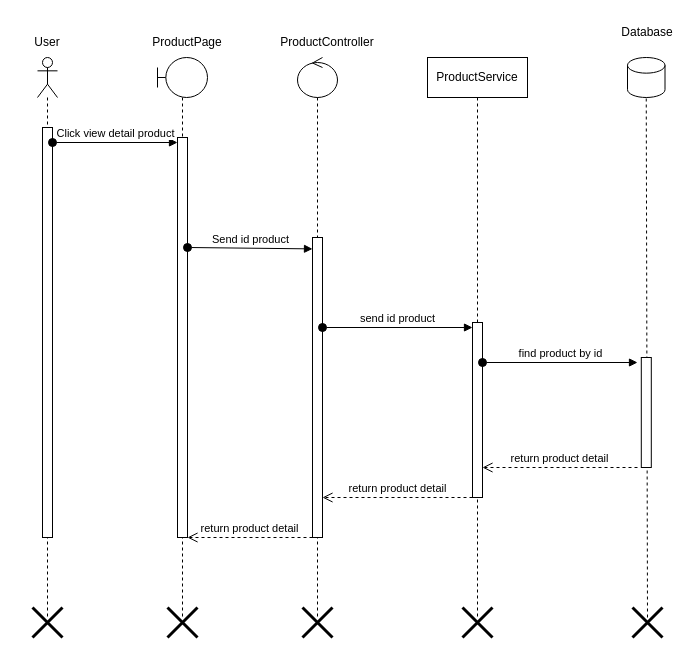
Above: WatchStoreDocs/UseCase/1. Guest/UC002-ViewProductDetail/UC002-sequence.drawio in HuYssss/WatchStore (draw.io), before the change. Source tidied: cells renumbered, new cells numbered last; positions are measured from the earlier drawing's top-left corner, leaving out a move shared by most shapes. Both pictures are drawn from the tidied source at 100%, with x=0, y=0 at pixel (17, 17).
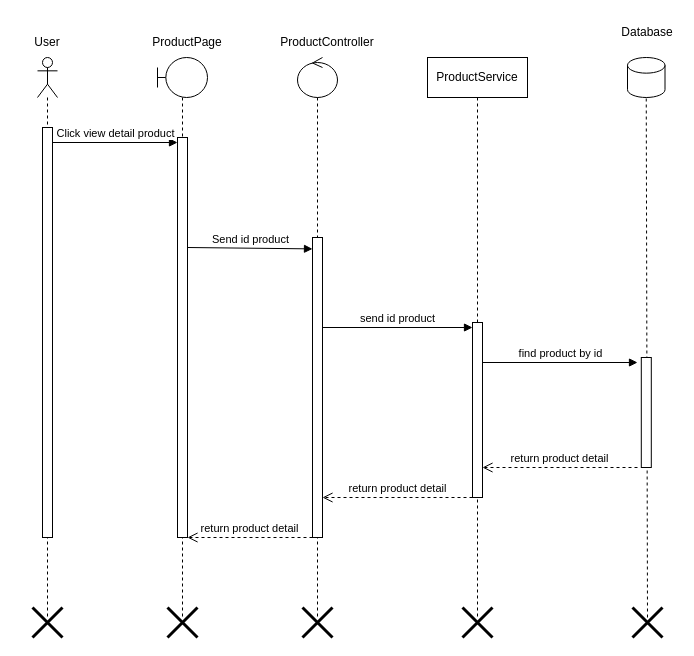
The same page after the edit.

The change refers to these unchanged cells:
```xml
<mxCell id="3" style="html=1;points=[[0,0,0,0,5],[0,1,0,0,-5],[1,0,0,0,5],[1,1,0,0,-5]];perimeter=orthogonalPerimeter;outlineConnect=0;targetShapes=umlLifeline;portConstraint=eastwest;newEdgeStyle={&quot;curved&quot;:0,&quot;rounded&quot;:0};" parent="2" vertex="1">
  <mxGeometry x="5" y="70" width="10" height="410" as="geometry" />
</mxCell>
<mxCell id="6" style="html=1;points=[[0,0,0,0,5],[0,1,0,0,-5],[1,0,0,0,5],[1,1,0,0,-5]];perimeter=orthogonalPerimeter;outlineConnect=0;targetShapes=umlLifeline;portConstraint=eastwest;newEdgeStyle={&quot;curved&quot;:0,&quot;rounded&quot;:0};" parent="5" vertex="1">
  <mxGeometry x="20" y="80" width="10" height="400" as="geometry" />
</mxCell>
<mxCell id="11" style="html=1;points=[[0,0,0,0,5],[0,1,0,0,-5],[1,0,0,0,5],[1,1,0,0,-5]];perimeter=orthogonalPerimeter;outlineConnect=0;targetShapes=umlLifeline;portConstraint=eastwest;newEdgeStyle={&quot;curved&quot;:0,&quot;rounded&quot;:0};" parent="10" vertex="1">
  <mxGeometry x="15" y="180" width="10" height="300" as="geometry" />
</mxCell>
<mxCell id="14" style="html=1;points=[[0,0,0,0,5],[0,1,0,0,-5],[1,0,0,0,5],[1,1,0,0,-5]];perimeter=orthogonalPerimeter;outlineConnect=0;targetShapes=umlLifeline;portConstraint=eastwest;newEdgeStyle={&quot;curved&quot;:0,&quot;rounded&quot;:0};" parent="13" vertex="1">
  <mxGeometry x="45" y="265" width="10" height="175" as="geometry" />
</mxCell>
```

The edit, as a diff of the source:
```diff
@@
-<mxGraphModel>
+<mxGraphModel background="#ffffff">
@@
-    <mxCell id="8" value="Click view detail product" style="html=1;verticalAlign=bottom;startArrow=oval;endArrow=block;startSize=8;curved=0;rounded=0;entryX=0;entryY=0;entryDx=0;entryDy=5;" parent="1" edge="1" source="3" target="6">
+    <mxCell id="8" value="Click view detail product" style="html=1;verticalAlign=bottom;startArrow=none;endArrow=block;startSize=8;curved=0;rounded=0;entryX=0;entryY=0;entryDx=0;entryDy=5;startFill=0;" parent="1" edge="1" source="3" target="6">
       <mxGeometry relative="1" as="geometry" />
     </mxCell>
-    <mxCell id="9" value="Send id product" style="html=1;verticalAlign=bottom;startArrow=oval;endArrow=block;startSize=8;curved=0;rounded=0;entryX=0;entryY=0.063;entryDx=0;entryDy=0;entryPerimeter=0;" parent="1" edge="1">
+    <mxCell id="9" value="Send id product" style="html=1;verticalAlign=bottom;startArrow=none;endArrow=block;startSize=8;curved=0;rounded=0;entryX=0;entryY=0.063;entryDx=0;entryDy=0;entryPerimeter=0;startFill=0;" parent="1" edge="1">
       <mxGeometry relative="1" as="geometry">
         <mxPoint x="170" y="230" as="sourcePoint" />
         <mxPoint x="295" y="231.4" as="targetPoint" />
       </mxGeometry>
     </mxCell>
@@
-    <mxCell id="16" value="send id product" style="html=1;verticalAlign=bottom;startArrow=oval;endArrow=block;startSize=8;curved=0;rounded=0;entryX=0;entryY=0;entryDx=0;entryDy=5;" parent="1" edge="1" source="11" target="14">
+    <mxCell id="16" value="send id product" style="html=1;verticalAlign=bottom;startArrow=none;endArrow=block;startSize=8;curved=0;rounded=0;entryX=0;entryY=0;entryDx=0;entryDy=5;startFill=0;" parent="1" edge="1" source="11" target="14">
       <mxGeometry relative="1" as="geometry" />
     </mxCell>
-    <mxCell id="17" value="find product by id" style="html=1;verticalAlign=bottom;startArrow=oval;endArrow=block;startSize=8;curved=0;rounded=0;" parent="1" edge="1" source="14">
+    <mxCell id="17" value="find product by id" style="html=1;verticalAlign=bottom;startArrow=none;endArrow=block;startSize=8;curved=0;rounded=0;startFill=0;" parent="1" edge="1" source="14">
       <mxGeometry relative="1" as="geometry">
         <mxPoint x="620" y="345" as="targetPoint" />
       </mxGeometry>
     </mxCell>
```
